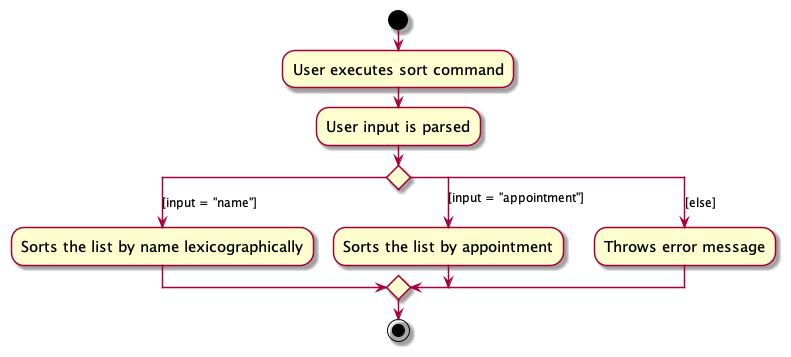
nus-cs2103-AY2324S1/tp keeps this PlantUML diagram as docs/images/SortClassActivityDiagram.png. Above is the earlier version. Source of this version:
```plantuml
@startuml
skin rose
skinparam ActivityFontSize 15
skinparam ArrowFontSize 12
start
:User executes sort command;

:User input is parsed;


switch ()
case([input = "name"])
    :Sorts the list by name lexicographically;
case([input = "appointment"])
    :Sorts the list by appointment;
case([else])
    :Throws error message;
endswitch
stop
@enduml
```
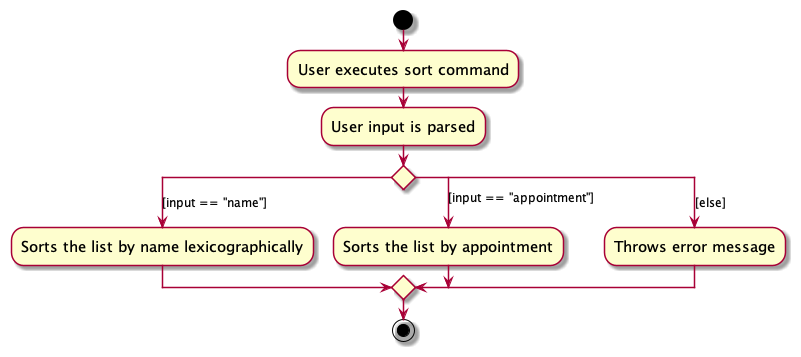
The same diagram one commit later.

What changed in the source:
```diff
@@ -9,9 +9,9 @@
 
 
 switch ()
-case([input = "name"])
+case([input == "name"])
     :Sorts the list by name lexicographically;
-case([input = "appointment"])
+case([input == "appointment"])
     :Sorts the list by appointment;
 case([else])
     :Throws error message;
```
